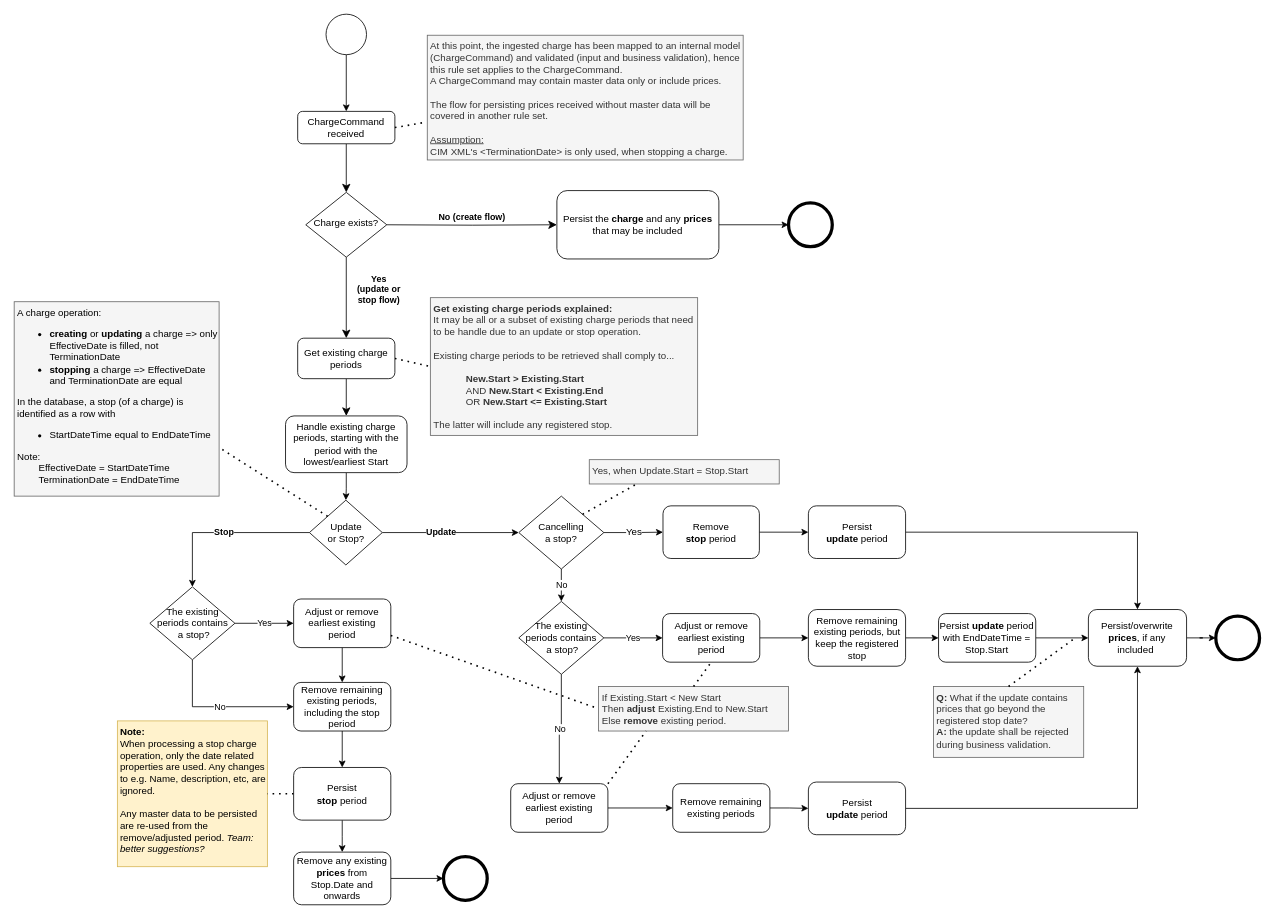
Earlier version of the draw.io diagram page "Ruleset_v2" (1 of 3) of docs/process-flows/images/PersistingChargesRuleSet_ProcessFlow.drawio (Energinet-DataHub/ARCHIVED-geh-charges). Source tidied: cells renumbered, new cells numbered last; positions are measured from the earlier drawing's top-left corner, leaving out a move shared by most shapes. Both pictures are drawn from the tidied source at 81%, with x=0, y=0 at pixel (14, 14).
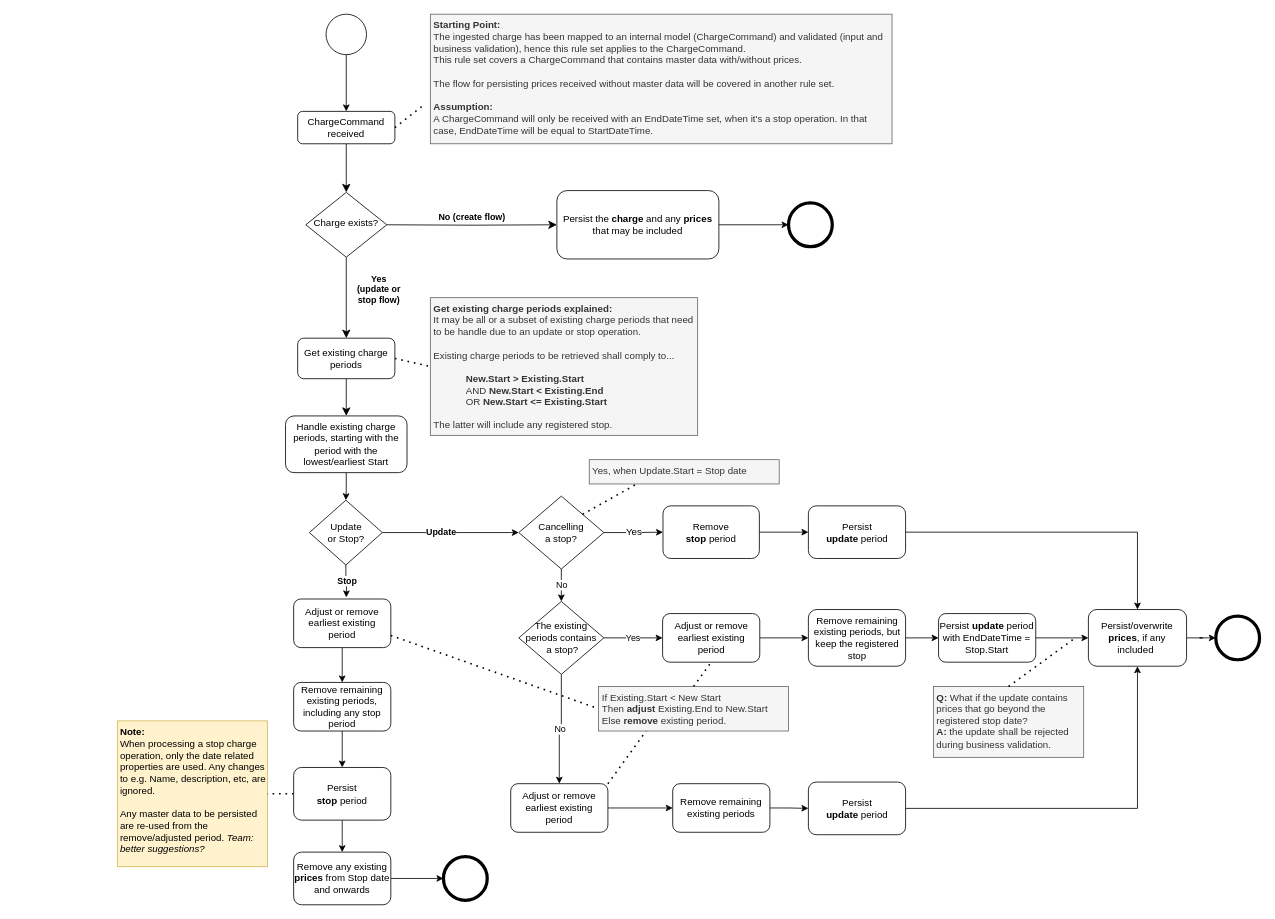
The same page after the edit.

Commit message (it also covers changes not shown here):
new flag version introduced and fix in stop flow

Unchanged cells that the change refers to:
```xml
<mxCell id="20" value="Update &lt;br&gt;or Stop?" style="rhombus;whiteSpace=wrap;html=1;" parent="1" vertex="1">
  <mxGeometry x="364.5" y="600" width="90" height="80" as="geometry" />
</mxCell>
<mxCell id="64" value="Adjust or remove earliest existing period" style="rounded=1;whiteSpace=wrap;html=1;" parent="1" vertex="1">
  <mxGeometry x="345" y="722" width="120" height="60" as="geometry" />
</mxCell>
```

Change to the diagram source:
```diff
@@
-    <mxCell id="14" value="At this point, the ingested charge has been mapped to an internal model (ChargeCommand) and validated (input and business validation), hence this rule set applies to the ChargeCommand.&lt;br&gt;A ChargeCommand may contain master data only or include prices.&lt;br&gt;&lt;br&gt;The flow for persisting prices received without master data will be covered in another rule set.&lt;br&gt;&lt;br&gt;&lt;u&gt;Assumption:&lt;/u&gt;&lt;br&gt;CIM XML's &amp;lt;TerminationDate&amp;gt; is only used, when stopping a charge.&amp;nbsp;" style="text;html=1;strokeColor=#666666;fillColor=#f5f5f5;align=left;verticalAlign=top;whiteSpace=wrap;rounded=0;fontColor=#333333;perimeterSpacing=0;spacingTop=0;spacingLeft=2;spacingBottom=2;" parent="1" vertex="1">
-      <mxGeometry x="510" y="26" width="390" height="154" as="geometry" />
+    <mxCell id="14" value="&lt;b&gt;Starting Point:&lt;br&gt;&lt;/b&gt;The ingested charge has been mapped to an internal model (ChargeCommand) and validated (input and business validation), hence this rule set applies to the ChargeCommand.&lt;br&gt;This rule set covers a ChargeCommand that contains master data with/without prices.&lt;br&gt;&lt;br&gt;The flow for persisting prices received without master data will be covered in another rule set.&lt;br&gt;&lt;br&gt;&lt;b&gt;Assumption:&lt;/b&gt;&lt;br&gt;A ChargeCommand will only be received with an EndDateTime set, when it's a stop operation. In that case, EndDateTime will be equal to StartDateTime." style="text;html=1;strokeColor=#666666;fillColor=#f5f5f5;align=left;verticalAlign=top;whiteSpace=wrap;rounded=0;fontColor=#333333;perimeterSpacing=0;spacingTop=0;spacingLeft=2;spacingBottom=2;" parent="1" vertex="1">
+      <mxGeometry x="513.8" width="570" height="160" as="geometry" />
     </mxCell>
@@
-    <mxCell id="19" value="Stop" style="edgeStyle=orthogonalEdgeStyle;rounded=0;jettySize=auto;html=1;entryX=0.5;entryY=0;entryDx=0;entryDy=0;fontStyle=1;" parent="1" edge="1" source="20" target="62">
-      <mxGeometry relative="1" as="geometry" />
+    <mxCell id="19" value="Stop" style="edgeStyle=orthogonalEdgeStyle;rounded=0;jettySize=auto;html=1;fontStyle=1;" parent="1" edge="1" source="20">
+      <mxGeometry relative="1" as="geometry">
+        <mxPoint x="410" y="720" as="targetPoint" />
+      </mxGeometry>
     </mxCell>
@@
-    <mxCell id="26" value="&lt;div style=&quot;color: rgb(0 , 0 , 0)&quot;&gt;A charge operation:&lt;/div&gt;&lt;ul style=&quot;color: rgb(0 , 0 , 0) ; text-align: center&quot;&gt;&lt;li style=&quot;text-align: left&quot;&gt;&lt;b&gt;creating&lt;/b&gt;&amp;nbsp;or&amp;nbsp;&lt;b&gt;updating&lt;/b&gt;&amp;nbsp;a charge&amp;nbsp;=&amp;gt; only EffectiveDate is filled, not TerminationDate&lt;/li&gt;&lt;li style=&quot;text-align: left&quot;&gt;&lt;b&gt;stopping&lt;/b&gt;&amp;nbsp;a charge =&amp;gt; EffectiveDate and TerminationDate are equal&lt;br&gt;&lt;/li&gt;&lt;/ul&gt;&lt;div style=&quot;color: rgb(0 , 0 , 0)&quot;&gt;&lt;span&gt;&#9;&lt;/span&gt;In the database, a stop (of a charge) is identified as a row with&amp;nbsp;&lt;/div&gt;&lt;div style=&quot;color: rgb(0 , 0 , 0) ; text-align: center&quot;&gt;&lt;ul&gt;&lt;li style=&quot;text-align: left&quot;&gt;StartDateTime equal to EndDateTime&lt;/li&gt;&lt;/ul&gt;&lt;div style=&quot;text-align: left&quot;&gt;&lt;span&gt;Note:&amp;nbsp;&lt;/span&gt;&lt;br&gt;&lt;/div&gt;&lt;div style=&quot;text-align: left&quot;&gt;&lt;span style=&quot;white-space: pre&quot;&gt;&#9;&lt;/span&gt;&lt;span&gt;EffectiveDate = StartDateTime&lt;/span&gt;&lt;br&gt;&lt;/div&gt;&lt;/div&gt;&lt;div style=&quot;color: rgb(0 , 0 , 0)&quot;&gt;&lt;span&gt;&#9;&lt;/span&gt;&lt;span style=&quot;white-space: pre&quot;&gt;&#9;&lt;/span&gt;TerminationDate = EndDateTime&lt;/div&gt;" style="text;html=1;strokeColor=#666666;fillColor=#f5f5f5;align=left;verticalAlign=top;whiteSpace=wrap;rounded=0;fontColor=#333333;perimeterSpacing=0;spacingTop=0;spacingLeft=2;spacingBottom=2;" parent="1" vertex="1">
-      <mxGeometry y="355" width="253" height="240" as="geometry" />
-    </mxCell>
-    <mxCell id="27" style="endArrow=none;dashed=1;html=1;dashPattern=1 3;strokeWidth=2;entryX=1;entryY=0.75;entryDx=0;entryDy=0;exitX=0;exitY=0;exitDx=0;exitDy=0;" parent="1" edge="1" source="20" target="26">
-      <mxGeometry relative="1" as="geometry" />
-    </mxCell>
@@
-    <mxCell id="46" value="Yes, when Update.Start = Stop.Start" style="text;html=1;strokeColor=#666666;fillColor=#f5f5f5;align=left;verticalAlign=top;whiteSpace=wrap;rounded=0;fontColor=#333333;perimeterSpacing=0;spacingTop=0;spacingLeft=2;spacingBottom=2;" parent="1" vertex="1">
+    <mxCell id="46" value="Yes, when Update.Start = Stop date" style="text;html=1;strokeColor=#666666;fillColor=#f5f5f5;align=left;verticalAlign=top;whiteSpace=wrap;rounded=0;fontColor=#333333;perimeterSpacing=0;spacingTop=0;spacingLeft=2;spacingBottom=2;" parent="1" vertex="1">
       <mxGeometry x="710" y="550" width="234.5" height="30" as="geometry" />
     </mxCell>
@@
-    <mxCell id="60" value="Yes" style="edgeStyle=orthogonalEdgeStyle;rounded=0;jettySize=auto;html=1;" parent="1" edge="1" source="62" target="64">
-      <mxGeometry relative="1" as="geometry" />
-    </mxCell>
-    <mxCell id="61" value="No" style="edgeStyle=orthogonalEdgeStyle;rounded=0;jettySize=auto;html=1;entryX=0;entryY=0.5;entryDx=0;entryDy=0;" parent="1" edge="1" source="62" target="66">
-      <mxGeometry relative="1" as="geometry">
-        <Array as="points">
-          <mxPoint x="220" y="855" />
-        </Array>
-      </mxGeometry>
-    </mxCell>
-    <mxCell id="62" value="The existing periods contains&lt;br&gt;&amp;nbsp;a stop?" style="rhombus;whiteSpace=wrap;html=1;" parent="1" vertex="1">
-      <mxGeometry x="167.5" y="707" width="105" height="90" as="geometry" />
-    </mxCell>
@@
-    <mxCell id="66" value="&lt;span&gt;Remove remaining existing periods, including the stop period&lt;/span&gt;" style="whiteSpace=wrap;html=1;rounded=1;" parent="1" vertex="1">
+    <mxCell id="66" value="&lt;span&gt;Remove remaining existing periods, including any stop period&lt;/span&gt;" style="whiteSpace=wrap;html=1;rounded=1;" parent="1" vertex="1">
       <mxGeometry x="345" y="825" width="120" height="60" as="geometry" />
     </mxCell>
@@
-    <mxCell id="71" value="Remove any existing &lt;b&gt;prices &lt;/b&gt;from Stop.Date and onwards" style="rounded=1;whiteSpace=wrap;html=1;" parent="1" vertex="1">
+    <mxCell id="71" value="Remove any existing &lt;b&gt;prices &lt;/b&gt;from Stop date and onwards" style="rounded=1;whiteSpace=wrap;html=1;" parent="1" vertex="1">
       <mxGeometry x="345" y="1034.5" width="120" height="65" as="geometry" />
     </mxCell>
```
